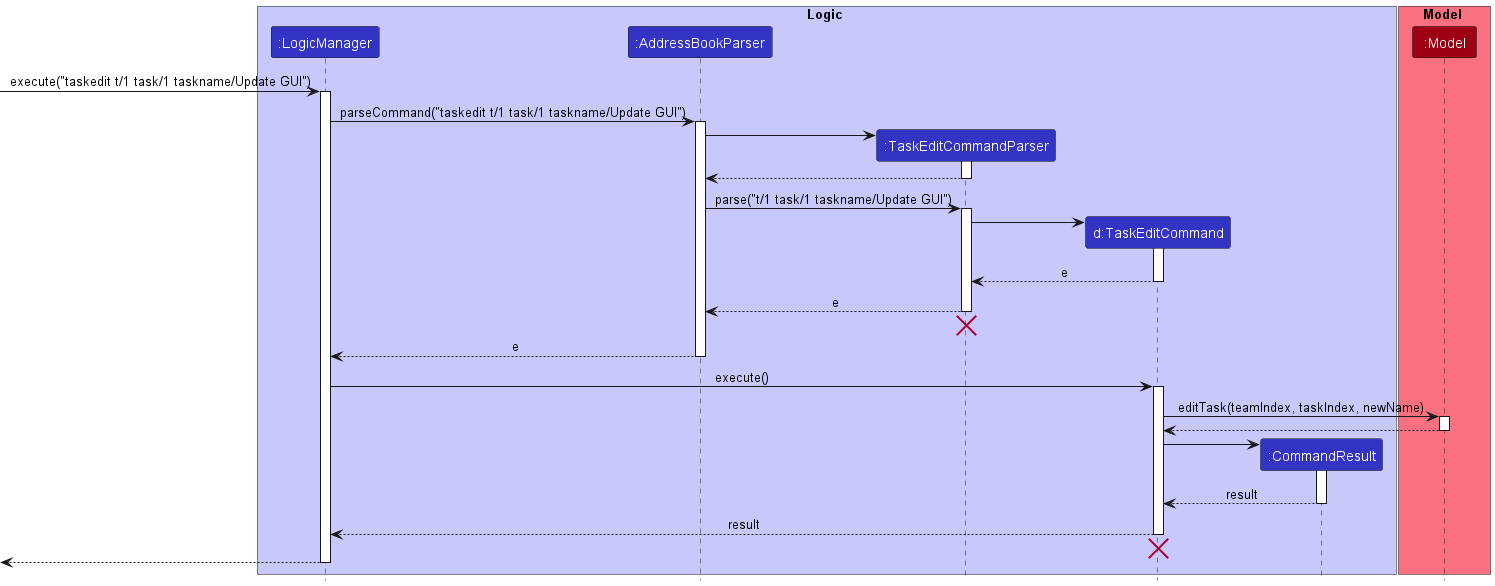
Above: docs/images/TaskEditSequenceDiagram.png in nus-cs2103-AY2223S1/tp (PlantUML), before the change.
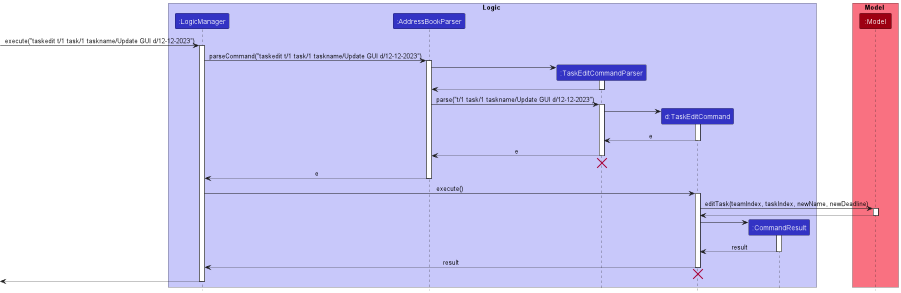
Above is the later version.

What changed in the source:
```diff
@@ -13,10 +13,10 @@
 participant ":Model" as Model MODEL_COLOR
 end box
 
-[-> LogicManager : execute("taskedit t/1 task/1 taskname/Update GUI")
+[-> LogicManager : execute("taskedit t/1 task/1 taskname/Update GUI d/12-12-2023")
 activate LogicManager
 
-LogicManager -> AddressBookParser : parseCommand("taskedit t/1 task/1 taskname/Update GUI")
+LogicManager -> AddressBookParser : parseCommand("taskedit t/1 task/1 taskname/Update GUI d/12-12-2023")
 activate AddressBookParser
 
 create TaskEditCommandParser
@@ -26,7 +26,7 @@
 TaskEditCommandParser --> AddressBookParser
 deactivate TaskEditCommandParser
 
-AddressBookParser -> TaskEditCommandParser : parse("t/1 task/1 taskname/Update GUI")
+AddressBookParser -> TaskEditCommandParser : parse("t/1 task/1 taskname/Update GUI d/12-12-2023")
 activate TaskEditCommandParser
 
 create TaskEditCommand
@@ -47,7 +47,7 @@
 LogicManager -> TaskEditCommand : execute()
 activate TaskEditCommand
 
-TaskEditCommand -> Model : editTask(teamIndex, taskIndex, newName)
+TaskEditCommand -> Model : editTask(teamIndex, taskIndex, newName, newDeadline)
 activate Model
 
 Model --> TaskEditCommand
```
